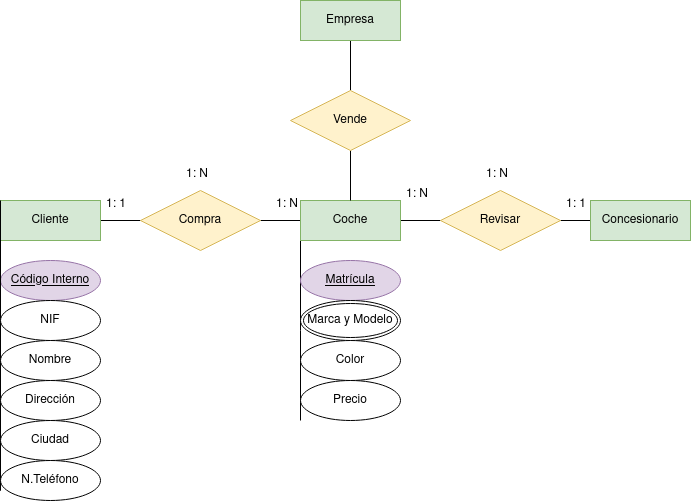
The draw.io diagram Unidad-1/Tareas/Tarea-6/tarea6.drawio.png in jdrguez/2-Daw, before a commit. Source tidied: cells renumbered, new cells last; positions are measured from the earlier drawing's top-left corner, leaving out a move shared by most shapes.
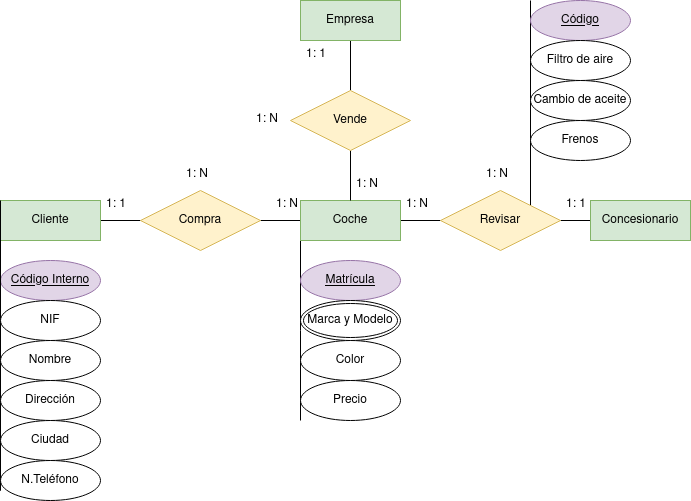
The same diagram one commit later.

Change to the diagram source:
```diff
@@ -28,6 +28,11 @@
     <mxCell id="9" style="edgeStyle=orthogonalEdgeStyle;rounded=0;jettySize=auto;html=1;entryX=0;entryY=0.5;entryDx=0;entryDy=0;endArrow=none;endFill=0;" parent="1" edge="1" source="10" target="11">
       <mxGeometry relative="1" as="geometry" />
     </mxCell>
+    <mxCell id="33" style="edgeStyle=orthogonalEdgeStyle;rounded=0;jettySize=auto;html=1;exitX=1;exitY=0;exitDx=0;exitDy=0;endArrow=none;endFill=0;" parent="1" edge="1" source="10">
+      <mxGeometry relative="1" as="geometry">
+        <mxPoint x="530" as="targetPoint" />
+      </mxGeometry>
+    </mxCell>
     <mxCell id="10" value="Revisar" style="shape=rhombus;perimeter=rhombusPerimeter;whiteSpace=wrap;html=1;align=center;fillColor=#fff2cc;strokeColor=#d6b656;" parent="1" vertex="1">
       <mxGeometry x="440" y="190" width="120" height="60" as="geometry" />
     </mxCell>
@@ -59,7 +64,7 @@
       <mxGeometry x="560" y="190" width="40" height="30" as="geometry" />
     </mxCell>
     <mxCell id="20" value="1: N" style="text;strokeColor=none;fillColor=none;spacingLeft=4;spacingRight=4;overflow=hidden;fontSize=12;whiteSpace=wrap;html=1;" parent="1" vertex="1">
-      <mxGeometry x="400" y="180" width="40" height="30" as="geometry" />
+      <mxGeometry x="400" y="190" width="40" height="30" as="geometry" />
     </mxCell>
     <mxCell id="21" value="1: N" style="text;strokeColor=none;fillColor=none;spacingLeft=4;spacingRight=4;overflow=hidden;fontSize=12;whiteSpace=wrap;html=1;" parent="1" vertex="1">
       <mxGeometry x="480" y="160" width="40" height="30" as="geometry" />
@@ -104,5 +109,26 @@
     <mxCell id="32" value="Marca y Modelo" style="ellipse;shape=doubleEllipse;margin=3;whiteSpace=wrap;html=1;align=center;" parent="1" vertex="1">
       <mxGeometry x="300" y="300" width="100" height="40" as="geometry" />
     </mxCell>
+    <mxCell id="34" value="Código" style="ellipse;whiteSpace=wrap;html=1;align=center;fontStyle=4;fillColor=#e1d5e7;strokeColor=#9673a6;" parent="1" vertex="1">
+      <mxGeometry x="530" width="100" height="40" as="geometry" />
+    </mxCell>
+    <mxCell id="35" value="Filtro de aire" style="ellipse;whiteSpace=wrap;html=1;align=center;" parent="1" vertex="1">
+      <mxGeometry x="530" y="40" width="100" height="40" as="geometry" />
+    </mxCell>
+    <mxCell id="36" value="Cambio de aceite" style="ellipse;whiteSpace=wrap;html=1;align=center;" parent="1" vertex="1">
+      <mxGeometry x="530" y="80" width="100" height="40" as="geometry" />
+    </mxCell>
+    <mxCell id="37" value="Frenos" style="ellipse;whiteSpace=wrap;html=1;align=center;" parent="1" vertex="1">
+      <mxGeometry x="530" y="120" width="100" height="40" as="geometry" />
+    </mxCell>
+    <mxCell id="38" value="1: N" style="text;strokeColor=none;fillColor=none;spacingLeft=4;spacingRight=4;overflow=hidden;fontSize=12;whiteSpace=wrap;html=1;" parent="1" vertex="1">
+      <mxGeometry x="350" y="170" width="40" height="30" as="geometry" />
+    </mxCell>
+    <mxCell id="39" value="1: 1" style="text;strokeColor=none;fillColor=none;spacingLeft=4;spacingRight=4;overflow=hidden;fontSize=12;whiteSpace=wrap;html=1;" parent="1" vertex="1">
+      <mxGeometry x="300" y="40" width="40" height="30" as="geometry" />
+    </mxCell>
+    <mxCell id="40" value="1: N" style="text;strokeColor=none;fillColor=none;spacingLeft=4;spacingRight=4;overflow=hidden;fontSize=12;whiteSpace=wrap;html=1;" parent="1" vertex="1">
+      <mxGeometry x="250" y="105" width="40" height="30" as="geometry" />
+    </mxCell>
   </root>
 </mxGraphModel>
```
